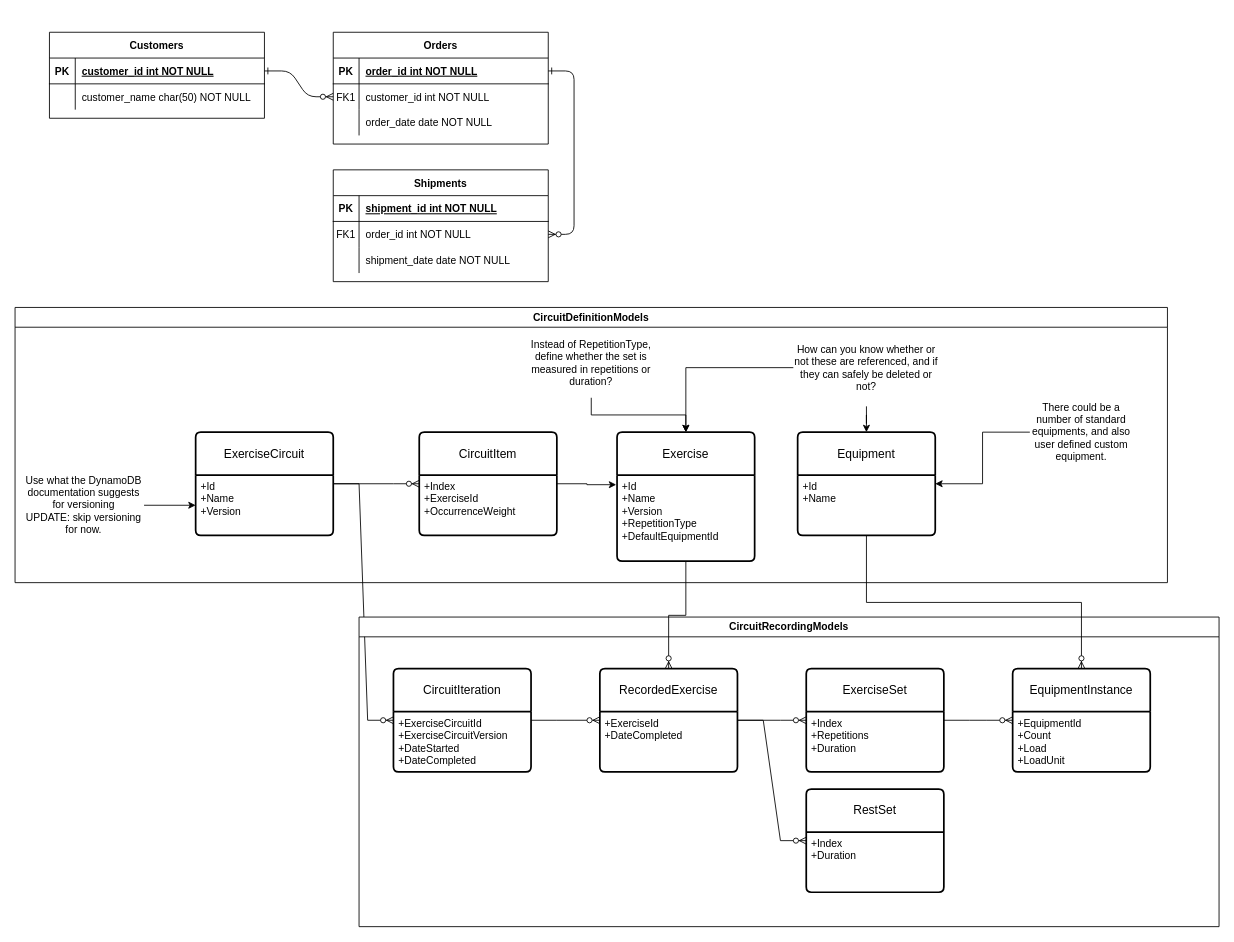
The draw.io diagram Documents/entity-relations.drawio in TankSlayer1337/circuits-backend, before the edit. Source tidied: cells renumbered, new cells numbered last; positions are measured from the earlier drawing's top-left corner, leaving out a move shared by most shapes. Both pictures are drawn from the tidied source at 86%, with x=0, y=0 at pixel (15, 32).
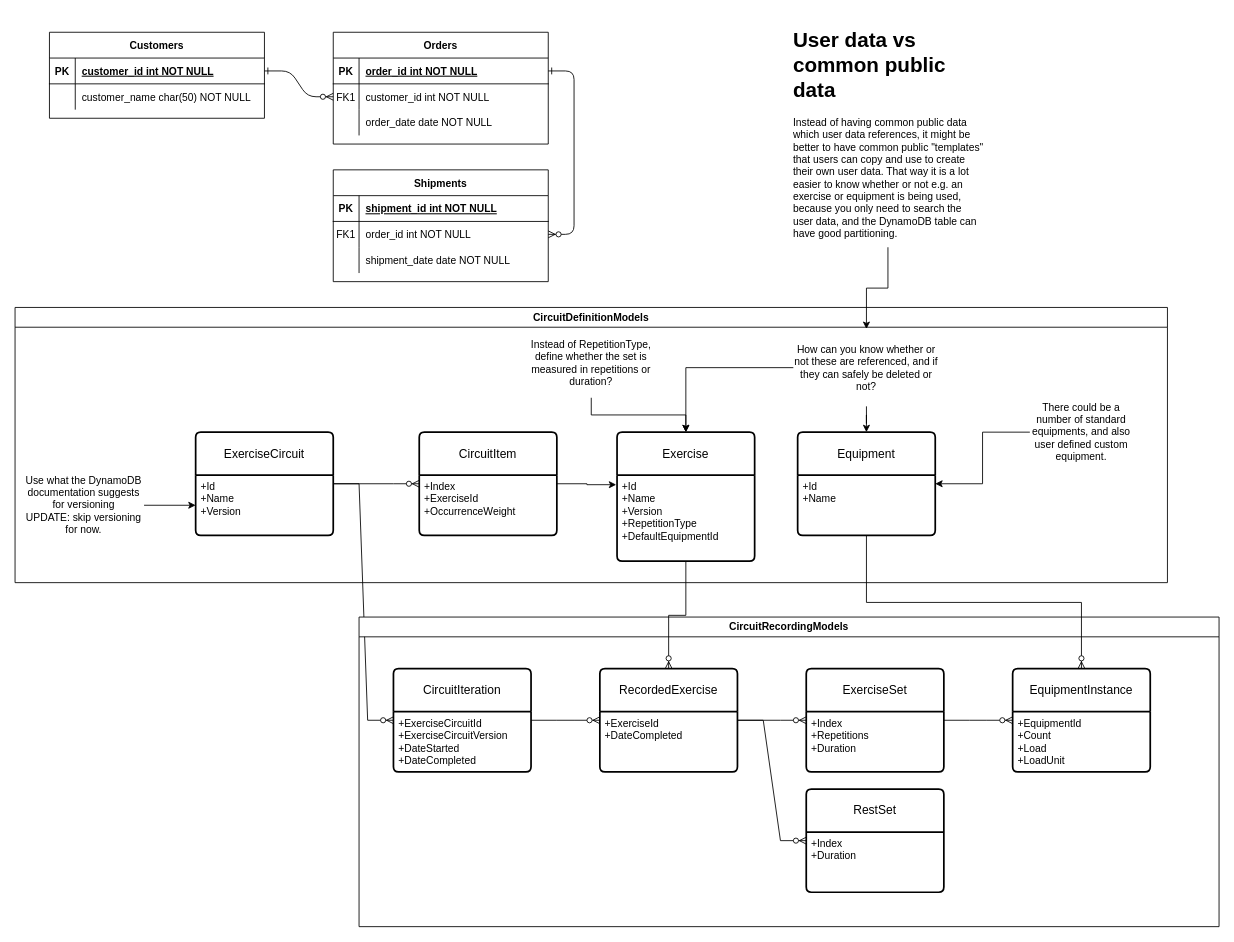
The same diagram, later.

Unchanged cells that the change refers to:
```xml
<mxCell id="49" value="How can you know whether or not these are referenced, and if they can safely be deleted or not?" style="text;html=1;strokeColor=none;fillColor=none;align=center;verticalAlign=middle;whiteSpace=wrap;rounded=0;" parent="32" vertex="1">
  <mxGeometry x="905" y="25" width="170" height="90" as="geometry" />
</mxCell>
```

What changed in the source:
```diff
@@
+    <mxCell id="69" style="edgeStyle=orthogonalEdgeStyle;rounded=0;jettySize=auto;html=1;" parent="1" edge="1" source="70" target="49">
+      <mxGeometry relative="1" as="geometry" />
+    </mxCell>
+    <mxCell id="70" value="&lt;h1&gt;User data vs common public data&lt;br&gt;&lt;/h1&gt;&lt;p&gt;Instead of having common public data which user data references, it might be better to have common public &quot;templates&quot; that users can copy and use to create their own user data. That way it is a lot easier to know whether or not e.g. an exercise or equipment is being used, because you only need to search the user data, and the DynamoDB table can have good partitioning.&lt;/p&gt;" style="text;html=1;strokeColor=none;fillColor=none;spacing=5;spacingTop=-20;whiteSpace=wrap;overflow=hidden;rounded=0;" parent="1" vertex="1">
+      <mxGeometry x="900" y="-10" width="230" height="260" as="geometry" />
+    </mxCell>
```
